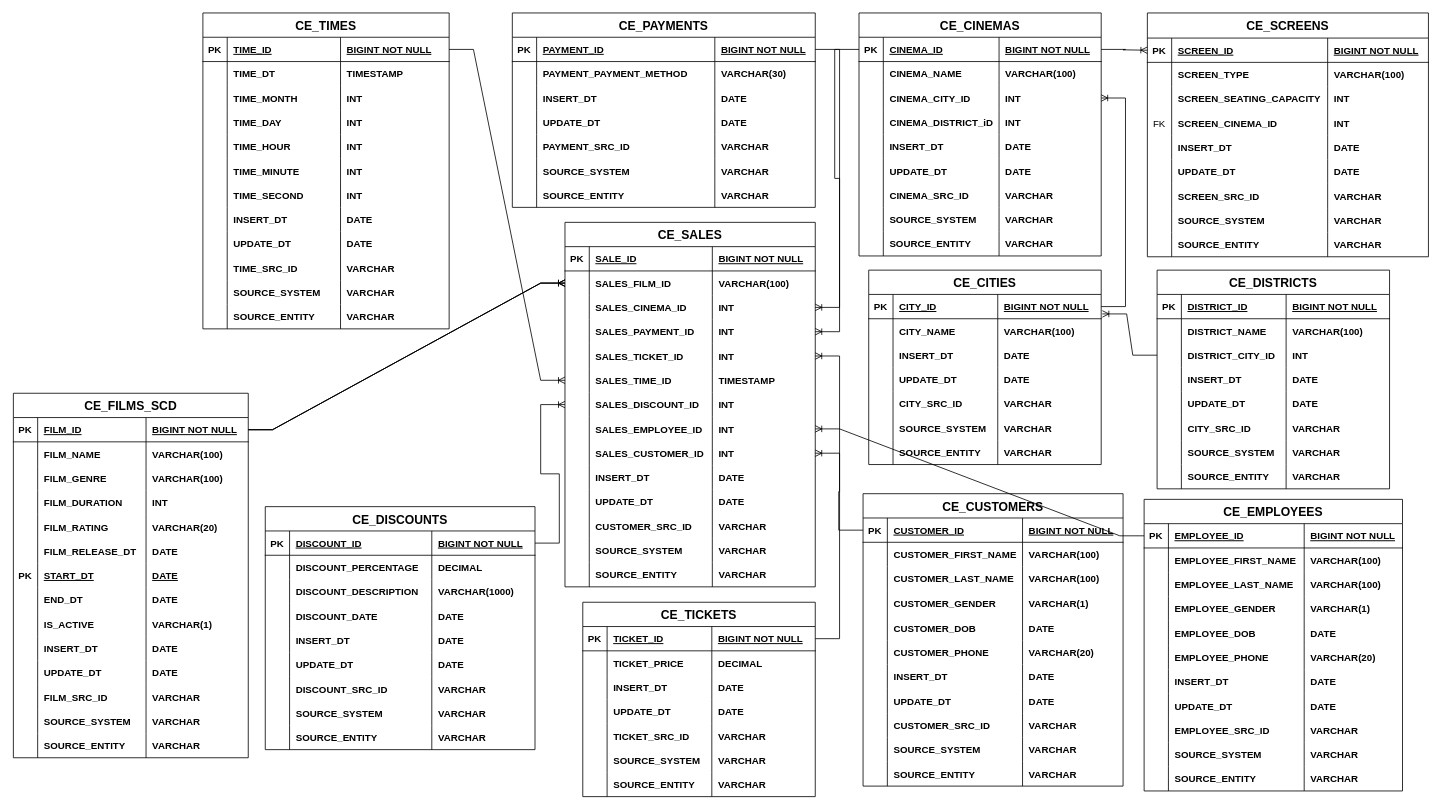
Earlier version of the draw.io diagram ticket_sales_3NF.drawio (GiorgiEz/DB-modeling). Source tidied: cells renumbered, new cells numbered last; positions are measured from the earlier drawing's top-left corner, leaving out a move shared by most shapes. Both pictures are drawn from the tidied source at 81%, with x=0, y=0 at pixel (13, 13).
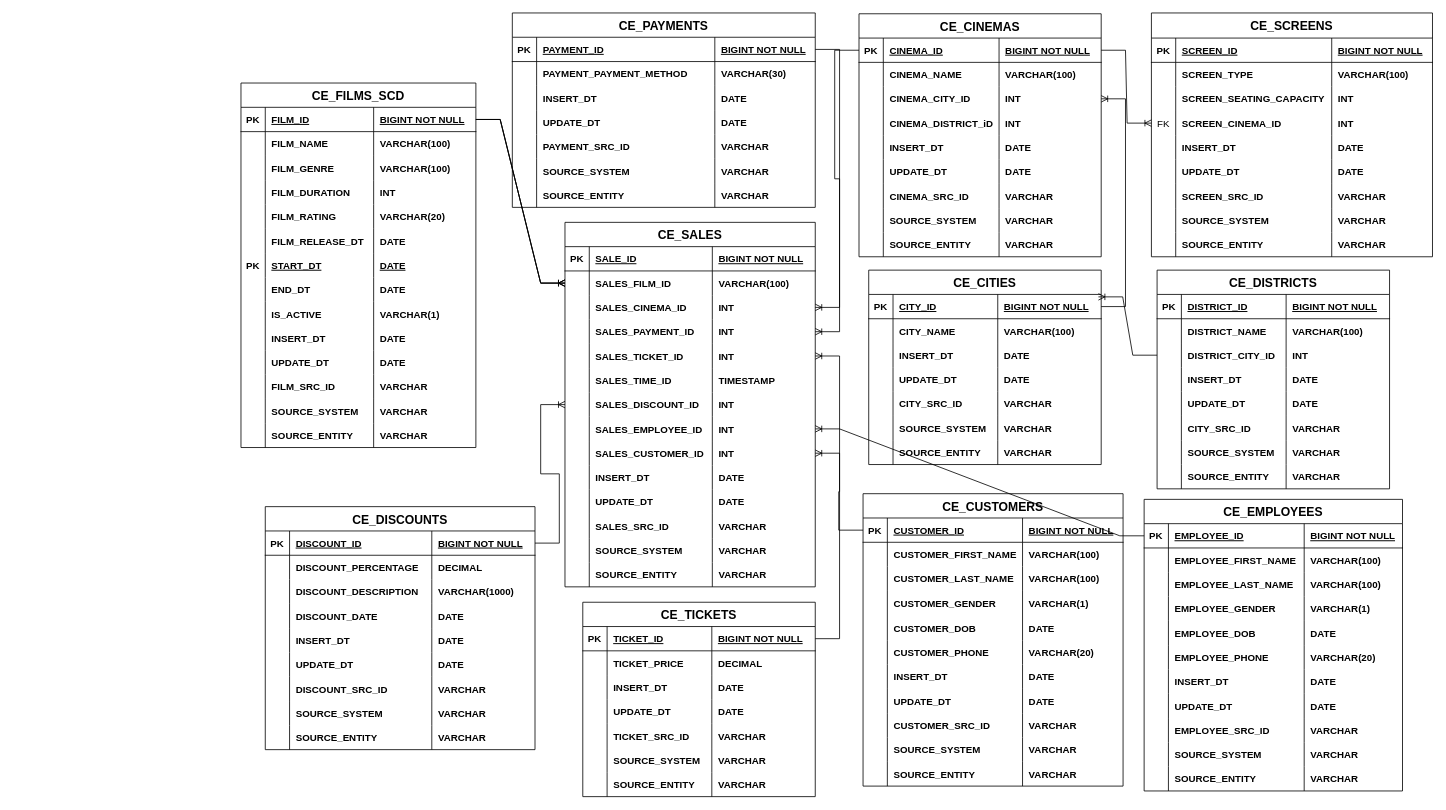
Above is the later version.

The change refers to these unchanged cells:
```xml
<mxCell id="60" style="shape=partialRectangle;fillColor=none;points=[[0,0.5],[1,0.5]];portConstraint=eastwest;top=0;left=0;right=0;bottom=1;" parent="59" vertex="1">
  <mxGeometry y="30" width="299" height="30" as="geometry" />
</mxCell>
<mxCell id="68" style="shape=partialRectangle;fillColor=none;points=[[0,0.5],[1,0.5]];portConstraint=eastwest;top=0;left=0;right=0;bottom=0;" parent="59" vertex="1">
  <mxGeometry y="90" width="299" height="30" as="geometry" />
</mxCell>
<mxCell id="146" style="shape=partialRectangle;fillColor=none;points=[[0,0.5],[1,0.5]];portConstraint=eastwest;top=0;left=0;right=0;bottom=1;" parent="145" vertex="1">
  <mxGeometry y="31" width="347" height="30" as="geometry" />
</mxCell>
<mxCell id="158" style="shape=partialRectangle;fillColor=none;points=[[0,0.5],[1,0.5]];portConstraint=eastwest;top=0;left=0;right=0;bottom=0;" parent="145" vertex="1">
  <mxGeometry y="121" width="347" height="30" as="geometry" />
</mxCell>
<mxCell id="388" style="shape=partialRectangle;fillColor=none;points=[[0,0.5],[1,0.5]];portConstraint=eastwest;top=0;left=0;right=0;bottom=0;" parent="367" vertex="1">
  <mxGeometry y="180" width="309" height="30" as="geometry" />
</mxCell>
<mxCell id="412" style="shape=partialRectangle;fillColor=none;top=0;left=0;right=0;bottom=0;" parent="367" vertex="1">
  <mxGeometry y="360" width="309" height="30" as="geometry" />
</mxCell>
<mxCell id="435" style="shape=partialRectangle;fillColor=none;points=[[0,0.5],[1,0.5]];portConstraint=eastwest;top=0;left=0;right=0;bottom=1;" parent="434" vertex="1">
  <mxGeometry y="30" width="287" height="30" as="geometry" />
</mxCell>
<mxCell id="473" style="shape=partialRectangle;fillColor=none;points=[[0,0.5],[1,0.5]];portConstraint=eastwest;top=0;left=0;right=0;bottom=0;" parent="464" vertex="1">
  <mxGeometry y="90" width="287" height="30" as="geometry" />
</mxCell>
```

The edit, as a diff of the source:
```diff
@@
     <mxCell id="2" value="CE_FILMS_SCD" style="shape=table;startSize=30;childLayout=tableLayout;rowLines=0;fontStyle=1;align=center;fontSize=15;" parent="1" vertex="1">
-      <mxGeometry y="469" width="290" height="450" as="geometry" />
+      <mxGeometry x="281" y="86" width="290" height="450" as="geometry" />
     </mxCell>
@@
     <mxCell id="59" value="CE_CINEMAS" style="shape=table;startSize=30;childLayout=tableLayout;rowLines=0;fontStyle=1;align=center;fontSize=15;" parent="1" vertex="1">
-      <mxGeometry x="1044" y="-0.5" width="299" height="300" as="geometry" />
+      <mxGeometry x="1044" y="0.5" width="299" height="300" as="geometry" />
     </mxCell>
@@
-    <mxCell id="96" value="CE_TIMES" style="shape=table;startSize=30;childLayout=tableLayout;rowLines=0;fontStyle=1;align=center;fontSize=15;" parent="1" vertex="1">
-      <mxGeometry x="234" y="-0.5" width="304" height="390" as="geometry" />
-    </mxCell>
-    <mxCell id="97" style="shape=partialRectangle;fillColor=none;points=[[0,0.5],[1,0.5]];portConstraint=eastwest;top=0;left=0;right=0;bottom=1;" parent="96" vertex="1">
-      <mxGeometry y="30" width="304" height="30" as="geometry" />
-    </mxCell>
-    <mxCell id="98" value="PK" style="shape=partialRectangle;overflow=hidden;fillColor=none;top=0;left=0;bottom=0;right=0;fontStyle=1;" parent="97" vertex="1">
-      <mxGeometry width="30" height="30" as="geometry" />
-    </mxCell>
-    <mxCell id="99" value="TIME_ID" style="shape=partialRectangle;overflow=hidden;fillColor=none;top=0;left=0;bottom=0;right=0;align=left;spacingLeft=6;fontStyle=5;" parent="97" vertex="1">
-      <mxGeometry x="30" width="139.9" height="30" as="geometry" />
-    </mxCell>
-    <mxCell id="100" value="BIGINT NOT NULL" style="shape=partialRectangle;overflow=hidden;fillColor=none;top=0;left=0;bottom=0;right=0;align=left;spacingLeft=6;fontStyle=5;" parent="97" vertex="1">
-      <mxGeometry x="169.9" width="134.1" height="30" as="geometry" />
-    </mxCell>
-    <mxCell id="101" style="shape=partialRectangle;fillColor=none;top=0;left=0;right=0;bottom=0;" parent="96" vertex="1">
-      <mxGeometry y="60" width="304" height="30" as="geometry" />
-    </mxCell>
-    <mxCell id="102" style="shape=partialRectangle;overflow=hidden;fillColor=none;top=0;left=0;bottom=0;right=0;" parent="101" vertex="1">
-      <mxGeometry width="30" height="30" as="geometry" />
-    </mxCell>
-    <mxCell id="103" value="TIME_DT" style="shape=partialRectangle;overflow=hidden;fillColor=none;top=0;left=0;bottom=0;right=0;align=left;spacingLeft=6;fontStyle=1;" parent="101" vertex="1">
-      <mxGeometry x="30" width="139.9" height="30" as="geometry" />
-    </mxCell>
-    <mxCell id="104" value="TIMESTAMP" style="shape=partialRectangle;overflow=hidden;fillColor=none;top=0;left=0;bottom=0;right=0;align=left;spacingLeft=6;fontStyle=1;" parent="101" vertex="1">
-      <mxGeometry x="169.9" width="134.1" height="30" as="geometry" />
-    </mxCell>
-    <mxCell id="105" style="shape=partialRectangle;fillColor=none;top=0;left=0;right=0;bottom=0;" parent="96" vertex="1">
-      <mxGeometry y="90" width="304" height="30" as="geometry" />
-    </mxCell>
-    <mxCell id="106" style="shape=partialRectangle;overflow=hidden;fillColor=none;top=0;left=0;bottom=0;right=0;" parent="105" vertex="1">
-      <mxGeometry width="30" height="30" as="geometry" />
-    </mxCell>
-    <mxCell id="107" value="TIME_MONTH" style="shape=partialRectangle;overflow=hidden;fillColor=none;top=0;left=0;bottom=0;right=0;align=left;spacingLeft=6;fontStyle=1;" parent="105" vertex="1">
-      <mxGeometry x="30" width="139.9" height="30" as="geometry" />
-    </mxCell>
-    <mxCell id="108" value="INT" style="shape=partialRectangle;overflow=hidden;fillColor=none;top=0;left=0;bottom=0;right=0;align=left;spacingLeft=6;fontStyle=1;" parent="105" vertex="1">
-      <mxGeometry x="169.9" width="134.1" height="30" as="geometry" />
-    </mxCell>
-    <mxCell id="109" style="shape=partialRectangle;fillColor=none;top=0;left=0;right=0;bottom=0;" parent="96" vertex="1">
-      <mxGeometry y="120" width="304" height="30" as="geometry" />
-    </mxCell>
-    <mxCell id="110" style="shape=partialRectangle;overflow=hidden;fillColor=none;top=0;left=0;bottom=0;right=0;" parent="109" vertex="1">
-      <mxGeometry width="30" height="30" as="geometry" />
-    </mxCell>
-    <mxCell id="111" value="TIME_DAY" style="shape=partialRectangle;overflow=hidden;fillColor=none;top=0;left=0;bottom=0;right=0;align=left;spacingLeft=6;fontStyle=1;" parent="109" vertex="1">
-      <mxGeometry x="30" width="139.9" height="30" as="geometry" />
-    </mxCell>
-    <mxCell id="112" value="INT" style="shape=partialRectangle;overflow=hidden;fillColor=none;top=0;left=0;bottom=0;right=0;align=left;spacingLeft=6;fontStyle=1;" parent="109" vertex="1">
-      <mxGeometry x="169.9" width="134.1" height="30" as="geometry" />
-    </mxCell>
-    <mxCell id="113" style="shape=partialRectangle;fillColor=none;top=0;left=0;right=0;bottom=0;" parent="96" vertex="1">
-      <mxGeometry y="150" width="304" height="30" as="geometry" />
-    </mxCell>
-    <mxCell id="114" style="shape=partialRectangle;overflow=hidden;fillColor=none;top=0;left=0;bottom=0;right=0;" parent="113" vertex="1">
-      <mxGeometry width="30" height="30" as="geometry" />
-    </mxCell>
-    <mxCell id="115" value="TIME_HOUR" style="shape=partialRectangle;overflow=hidden;fillColor=none;top=0;left=0;bottom=0;right=0;align=left;spacingLeft=6;fontStyle=1;" parent="113" vertex="1">
-      <mxGeometry x="30" width="139.9" height="30" as="geometry" />
-    </mxCell>
-    <mxCell id="116" value="INT" style="shape=partialRectangle;overflow=hidden;fillColor=none;top=0;left=0;bottom=0;right=0;align=left;spacingLeft=6;fontStyle=1;" parent="113" vertex="1">
-      <mxGeometry x="169.9" width="134.1" height="30" as="geometry" />
-    </mxCell>
-    <mxCell id="117" style="shape=partialRectangle;fillColor=none;top=0;left=0;right=0;bottom=0;" parent="96" vertex="1">
-      <mxGeometry y="180" width="304" height="30" as="geometry" />
-    </mxCell>
-    <mxCell id="118" style="shape=partialRectangle;overflow=hidden;fillColor=none;top=0;left=0;bottom=0;right=0;" parent="117" vertex="1">
-      <mxGeometry width="30" height="30" as="geometry" />
-    </mxCell>
-    <mxCell id="119" value="TIME_MINUTE" style="shape=partialRectangle;overflow=hidden;fillColor=none;top=0;left=0;bottom=0;right=0;align=left;spacingLeft=6;fontStyle=1;" parent="117" vertex="1">
-      <mxGeometry x="30" width="139.9" height="30" as="geometry" />
-    </mxCell>
-    <mxCell id="120" value="INT" style="shape=partialRectangle;overflow=hidden;fillColor=none;top=0;left=0;bottom=0;right=0;align=left;spacingLeft=6;fontStyle=1;" parent="117" vertex="1">
-      <mxGeometry x="169.9" width="134.1" height="30" as="geometry" />
-    </mxCell>
-    <mxCell id="121" style="shape=partialRectangle;fillColor=none;top=0;left=0;right=0;bottom=0;" parent="96" vertex="1">
-      <mxGeometry y="210" width="304" height="30" as="geometry" />
-    </mxCell>
-    <mxCell id="122" style="shape=partialRectangle;overflow=hidden;fillColor=none;top=0;left=0;bottom=0;right=0;" parent="121" vertex="1">
-      <mxGeometry width="30" height="30" as="geometry" />
-    </mxCell>
-    <mxCell id="123" value="TIME_SECOND" style="shape=partialRectangle;overflow=hidden;fillColor=none;top=0;left=0;bottom=0;right=0;align=left;spacingLeft=6;fontStyle=1;" parent="121" vertex="1">
-      <mxGeometry x="30" width="139.9" height="30" as="geometry" />
-    </mxCell>
-    <mxCell id="124" value="INT" style="shape=partialRectangle;overflow=hidden;fillColor=none;top=0;left=0;bottom=0;right=0;align=left;spacingLeft=6;fontStyle=1;" parent="121" vertex="1">
-      <mxGeometry x="169.9" width="134.1" height="30" as="geometry" />
-    </mxCell>
-    <mxCell id="125" style="shape=partialRectangle;fillColor=none;top=0;left=0;right=0;bottom=0;" parent="96" vertex="1">
-      <mxGeometry y="240" width="304" height="30" as="geometry" />
-    </mxCell>
-    <mxCell id="126" style="shape=partialRectangle;overflow=hidden;fillColor=none;top=0;left=0;bottom=0;right=0;" parent="125" vertex="1">
-      <mxGeometry width="30" height="30" as="geometry" />
-    </mxCell>
-    <mxCell id="127" value="INSERT_DT" style="shape=partialRectangle;overflow=hidden;fillColor=none;top=0;left=0;bottom=0;right=0;align=left;spacingLeft=6;fontStyle=1;" parent="125" vertex="1">
-      <mxGeometry x="30" width="139.9" height="30" as="geometry" />
-    </mxCell>
-    <mxCell id="128" value="DATE" style="shape=partialRectangle;overflow=hidden;fillColor=none;top=0;left=0;bottom=0;right=0;align=left;spacingLeft=6;fontStyle=1;" parent="125" vertex="1">
-      <mxGeometry x="169.9" width="134.1" height="30" as="geometry" />
-    </mxCell>
-    <mxCell id="129" style="shape=partialRectangle;fillColor=none;top=0;left=0;right=0;bottom=0;" parent="96" vertex="1">
-      <mxGeometry y="270" width="304" height="30" as="geometry" />
-    </mxCell>
-    <mxCell id="130" style="shape=partialRectangle;overflow=hidden;fillColor=none;top=0;left=0;bottom=0;right=0;" parent="129" vertex="1">
-      <mxGeometry width="30" height="30" as="geometry" />
-    </mxCell>
-    <mxCell id="131" value="UPDATE_DT" style="shape=partialRectangle;overflow=hidden;fillColor=none;top=0;left=0;bottom=0;right=0;align=left;spacingLeft=6;fontStyle=1;" parent="129" vertex="1">
-      <mxGeometry x="30" width="139.9" height="30" as="geometry" />
-    </mxCell>
-    <mxCell id="132" value="DATE" style="shape=partialRectangle;overflow=hidden;fillColor=none;top=0;left=0;bottom=0;right=0;align=left;spacingLeft=6;fontStyle=1;" parent="129" vertex="1">
-      <mxGeometry x="169.9" width="134.1" height="30" as="geometry" />
-    </mxCell>
-    <mxCell id="133" style="shape=partialRectangle;fillColor=none;top=0;left=0;right=0;bottom=0;" parent="96" vertex="1">
-      <mxGeometry y="300" width="304" height="30" as="geometry" />
-    </mxCell>
-    <mxCell id="134" style="shape=partialRectangle;overflow=hidden;fillColor=none;top=0;left=0;bottom=0;right=0;" parent="133" vertex="1">
-      <mxGeometry width="30" height="30" as="geometry" />
-    </mxCell>
-    <mxCell id="135" value="TIME_SRC_ID" style="shape=partialRectangle;overflow=hidden;fillColor=none;top=0;left=0;bottom=0;right=0;align=left;spacingLeft=6;fontStyle=1;" parent="133" vertex="1">
-      <mxGeometry x="30" width="139.9" height="30" as="geometry" />
-    </mxCell>
-    <mxCell id="136" value="VARCHAR" style="shape=partialRectangle;overflow=hidden;fillColor=none;top=0;left=0;bottom=0;right=0;align=left;spacingLeft=6;fontStyle=1;" parent="133" vertex="1">
-      <mxGeometry x="169.9" width="134.1" height="30" as="geometry" />
-    </mxCell>
-    <mxCell id="137" style="shape=partialRectangle;fillColor=none;top=0;left=0;right=0;bottom=0;" parent="96" vertex="1">
-      <mxGeometry y="330" width="304" height="30" as="geometry" />
-    </mxCell>
-    <mxCell id="138" style="shape=partialRectangle;overflow=hidden;fillColor=none;top=0;left=0;bottom=0;right=0;" parent="137" vertex="1">
-      <mxGeometry width="30" height="30" as="geometry" />
-    </mxCell>
-    <mxCell id="139" value="SOURCE_SYSTEM" style="shape=partialRectangle;overflow=hidden;fillColor=none;top=0;left=0;bottom=0;right=0;align=left;spacingLeft=6;fontStyle=1;" parent="137" vertex="1">
-      <mxGeometry x="30" width="139.9" height="30" as="geometry" />
-    </mxCell>
-    <mxCell id="140" value="VARCHAR" style="shape=partialRectangle;overflow=hidden;fillColor=none;top=0;left=0;bottom=0;right=0;align=left;spacingLeft=6;fontStyle=1;" parent="137" vertex="1">
-      <mxGeometry x="169.9" width="134.1" height="30" as="geometry" />
-    </mxCell>
-    <mxCell id="141" style="shape=partialRectangle;fillColor=none;top=0;left=0;right=0;bottom=0;" parent="96" vertex="1">
-      <mxGeometry y="360" width="304" height="30" as="geometry" />
-    </mxCell>
-    <mxCell id="142" style="shape=partialRectangle;overflow=hidden;fillColor=none;top=0;left=0;bottom=0;right=0;" parent="141" vertex="1">
-      <mxGeometry width="30" height="30" as="geometry" />
-    </mxCell>
-    <mxCell id="143" value="SOURCE_ENTITY" style="shape=partialRectangle;overflow=hidden;fillColor=none;top=0;left=0;bottom=0;right=0;align=left;spacingLeft=6;fontStyle=1;" parent="141" vertex="1">
-      <mxGeometry x="30" width="139.9" height="30" as="geometry" />
-    </mxCell>
-    <mxCell id="144" value="VARCHAR" style="shape=partialRectangle;overflow=hidden;fillColor=none;top=0;left=0;bottom=0;right=0;align=left;spacingLeft=6;fontStyle=1;" parent="141" vertex="1">
-      <mxGeometry x="169.9" width="134.1" height="30" as="geometry" />
-    </mxCell>
     <mxCell id="145" value="CE_SCREENS" style="shape=table;startSize=31;childLayout=tableLayout;rowLines=0;fontStyle=1;align=center;fontSize=15;" parent="1" vertex="1">
-      <mxGeometry x="1400" y="-0.5" width="347" height="301" as="geometry" />
+      <mxGeometry x="1405" y="-0.5" width="347" height="301" as="geometry" />
     </mxCell>
@@
-    <mxCell id="414" value="CUSTOMER_SRC_ID" style="shape=partialRectangle;overflow=hidden;fillColor=none;top=0;left=0;bottom=0;right=0;align=left;spacingLeft=6;fontStyle=1;" parent="412" vertex="1">
+    <mxCell id="414" value="SALES_SRC_ID" style="shape=partialRectangle;overflow=hidden;fillColor=none;top=0;left=0;bottom=0;right=0;align=left;spacingLeft=6;fontStyle=1;" parent="412" vertex="1">
       <mxGeometry x="30" width="151.9" height="30" as="geometry" />
     </mxCell>
@@
-    <mxCell id="433" style="edgeStyle=entityRelationEdgeStyle;fontSize=12;html=1;endArrow=ERoneToMany;rounded=0;entryX=0;entryY=0.5;entryDx=0;entryDy=0;exitX=1;exitY=0.5;exitDx=0;exitDy=0;" parent="1" edge="1" source="60" target="146">
+    <mxCell id="433" style="edgeStyle=entityRelationEdgeStyle;fontSize=12;html=1;endArrow=ERoneToMany;rounded=0;exitX=1;exitY=0.5;exitDx=0;exitDy=0;" parent="1" edge="1" source="60" target="158">
       <mxGeometry relative="1" as="geometry">
         <Array as="points">
           <mxPoint x="542" y="494" />
           <mxPoint x="606" y="529" />
           <mxPoint x="521" y="502" />
           <mxPoint x="520" y="499" />
         </Array>
       </mxGeometry>
     </mxCell>
@@
-    <mxCell id="463" style="edgeStyle=entityRelationEdgeStyle;fontSize=12;html=1;endArrow=ERoneToMany;rounded=0;exitX=1;exitY=0.5;exitDx=0;exitDy=0;entryX=1;entryY=0.5;entryDx=0;entryDy=0;" parent="1" edge="1" source="435" target="68">
+    <mxCell id="463" style="edgeStyle=entityRelationEdgeStyle;fontSize=12;html=1;endArrow=ERoneToMany;rounded=0;entryX=1;entryY=0.5;entryDx=0;entryDy=0;exitX=1;exitY=0.5;exitDx=0;exitDy=0;" parent="1" edge="1" source="435" target="68">
       <mxGeometry relative="1" as="geometry">
         <Array as="points">
           <mxPoint x="492" y="444" />
           <mxPoint x="556" y="475" />
+          <mxPoint x="1377" y="211" />
           <mxPoint x="556" y="479" />
           <mxPoint x="1357" y="168" />
           <mxPoint x="471" y="452" />
           <mxPoint x="470" y="449" />
         </Array>
       </mxGeometry>
     </mxCell>
@@
-    <mxCell id="497" style="edgeStyle=entityRelationEdgeStyle;fontSize=12;html=1;endArrow=ERoneToMany;rounded=0;exitX=0;exitY=0.5;exitDx=0;exitDy=0;entryX=1.005;entryY=0.802;entryDx=0;entryDy=0;entryPerimeter=0;" parent="1" edge="1" source="473" target="435">
+    <mxCell id="497" style="edgeStyle=entityRelationEdgeStyle;fontSize=12;html=1;endArrow=ERoneToMany;rounded=0;exitX=0;exitY=0.5;exitDx=0;exitDy=0;entryX=0.988;entryY=0.1;entryDx=0;entryDy=0;entryPerimeter=0;" parent="1" edge="1" source="473" target="435">
       <mxGeometry relative="1" as="geometry">
         <Array as="points">
           <mxPoint x="492" y="444" />
           <mxPoint x="556" y="475" />
           <mxPoint x="556" y="479" />
           <mxPoint x="471" y="452" />
           <mxPoint x="470" y="449" />
         </Array>
       </mxGeometry>
     </mxCell>
-    <mxCell id="498" style="edgeStyle=entityRelationEdgeStyle;fontSize=12;html=1;endArrow=ERoneToMany;rounded=0;entryX=0;entryY=0.5;entryDx=0;entryDy=0;exitX=1;exitY=0.5;exitDx=0;exitDy=0;" parent="1" edge="1" source="97" target="388">
-      <mxGeometry relative="1" as="geometry">
-        <Array as="points">
-          <mxPoint x="492" y="444" />
-          <mxPoint x="556" y="475" />
-          <mxPoint x="556" y="479" />
-          <mxPoint x="471" y="452" />
-          <mxPoint x="470" y="449" />
-        </Array>
-      </mxGeometry>
-    </mxCell>
```
